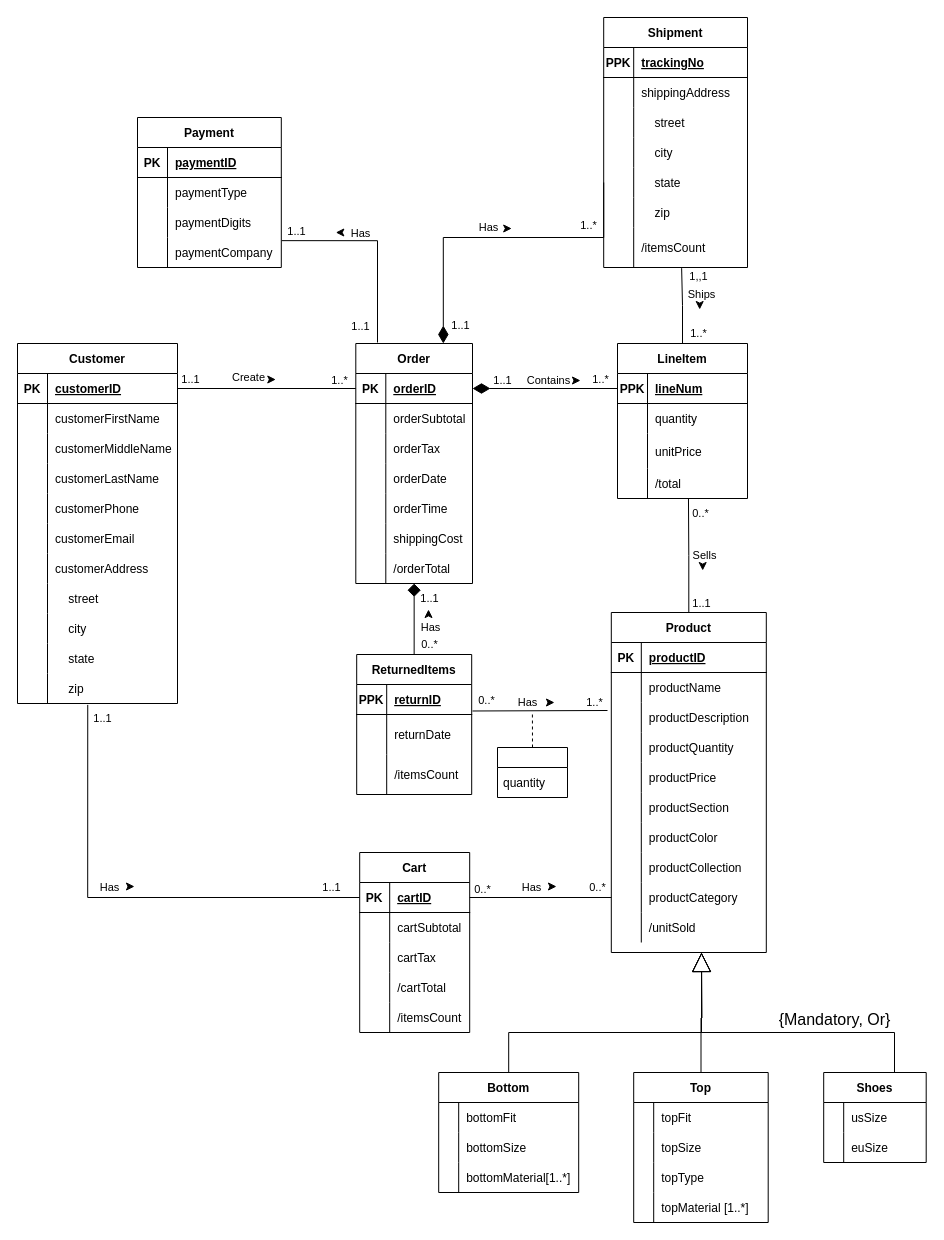
Earlier version of the draw.io diagram ERD/test.drawio (avivfaraj/INFO605-Project). Source tidied: cells renumbered, new cells numbered last; positions are measured from the earlier drawing's top-left corner, leaving out a move shared by most shapes. Both pictures are drawn from the tidied source at 100%, with x=0, y=0 at pixel (17, 17).
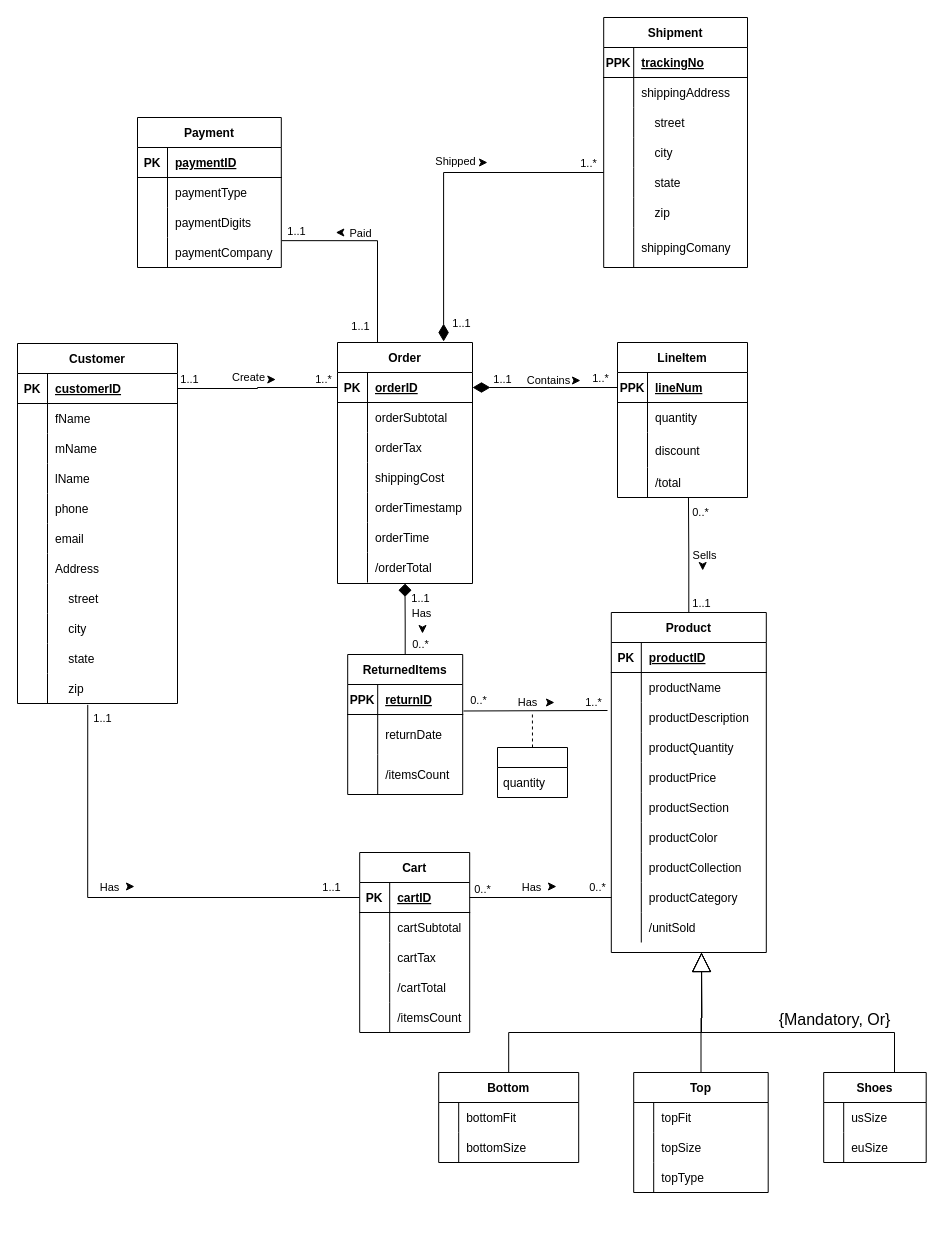
Above is the later version.

Commit message:
Updated ERD according to recent changes in SQL

Unchanged cells that the change refers to:
```xml
<mxCell id="73" style="shape=tableRow;horizontal=0;startSize=0;swimlaneHead=0;swimlaneBody=0;fillColor=none;top=0;left=0;right=0;bottom=0;" parent="69" vertex="1">
  <mxGeometry y="60" width="160" height="30" as="geometry" />
</mxCell>
<mxCell id="76" style="shape=tableRow;horizontal=0;startSize=0;swimlaneHead=0;swimlaneBody=0;fillColor=none;top=0;left=0;right=0;bottom=0;" parent="69" vertex="1">
  <mxGeometry y="90" width="160" height="30" as="geometry" />
</mxCell>
<mxCell id="79" style="shape=tableRow;horizontal=0;startSize=0;swimlaneHead=0;swimlaneBody=0;fillColor=none;top=0;left=0;right=0;bottom=0;" parent="69" vertex="1">
  <mxGeometry y="120" width="160" height="30" as="geometry" />
</mxCell>
<mxCell id="82" style="shape=tableRow;horizontal=0;startSize=0;swimlaneHead=0;swimlaneBody=0;fillColor=none;top=0;left=0;right=0;bottom=0;" parent="69" vertex="1">
  <mxGeometry y="150" width="160" height="30" as="geometry" />
</mxCell>
<mxCell id="85" style="shape=tableRow;horizontal=0;startSize=0;swimlaneHead=0;swimlaneBody=0;fillColor=none;top=0;left=0;right=0;bottom=0;" parent="69" vertex="1">
  <mxGeometry y="180" width="160" height="30" as="geometry" />
</mxCell>
<mxCell id="88" style="shape=tableRow;horizontal=0;startSize=0;swimlaneHead=0;swimlaneBody=0;fillColor=none;top=0;left=0;right=0;bottom=0;" parent="69" vertex="1">
  <mxGeometry y="210" width="160" height="30" as="geometry" />
</mxCell>
<mxCell id="170" style="shape=tableRow;horizontal=0;startSize=0;swimlaneHead=0;swimlaneBody=0;fillColor=none;top=0;left=0;right=0;bottom=0;" parent="163" vertex="1">
  <mxGeometry y="90" width="130" height="35" as="geometry" />
</mxCell>
<mxCell id="189" style="endArrow=classic;html=1;rounded=0;" parent="1" edge="1">
  <mxGeometry relative="1" as="geometry">
    <mxPoint x="324.3" y="215" as="sourcePoint" />
    <mxPoint x="318.3" y="215" as="targetPoint" />
    <Array as="points">
      <mxPoint x="324.3" y="215" />
    </Array>
  </mxGeometry>
</mxCell>
<mxCell id="214" style="shape=tableRow;horizontal=0;startSize=0;swimlaneHead=0;swimlaneBody=0;fillColor=none;points=[[0,0.5],[1,0.5]];portConstraint=eastwest;top=0;left=0;right=0;bottom=0;" parent="201" vertex="1">
  <mxGeometry y="150" width="143.8" height="30" as="geometry" />
</mxCell>
<mxCell id="220" style="shape=tableRow;horizontal=0;startSize=0;swimlaneHead=0;swimlaneBody=0;fillColor=none;points=[[0,0.5],[1,0.5]];portConstraint=eastwest;top=0;left=0;right=0;bottom=0;" parent="201" vertex="1">
  <mxGeometry y="210" width="143.8" height="40" as="geometry" />
</mxCell>
```

Diff of the diagram source:
```diff
@@
     <mxCell id="45" value="Top" style="shape=table;startSize=30;childLayout=tableLayout;rowLines=0;fontStyle=1;align=center;swimlaneLine=1;strokeColor=default;" parent="1" vertex="1">
-      <mxGeometry x="616.2" y="1055" width="134.5" height="150" as="geometry" />
+      <mxGeometry x="616.2" y="1055" width="134.5" height="120" as="geometry" />
     </mxCell>
@@
-    <mxCell id="55" style="shape=tableRow;horizontal=0;startSize=0;swimlaneHead=0;swimlaneBody=0;fillColor=none;top=0;left=0;right=0;bottom=0;" parent="45" vertex="1">
-      <mxGeometry y="120" width="134.5" height="30" as="geometry" />
-    </mxCell>
-    <mxCell id="56" style="shape=partialRectangle;fillColor=none;top=0;left=0;bottom=0;right=0;overflow=hidden;" parent="55" vertex="1">
-      <mxGeometry width="20" height="30" as="geometry" />
-    </mxCell>
-    <mxCell id="57" value="topMaterial [1..*]" style="shape=partialRectangle;fillColor=none;top=0;left=0;bottom=0;right=0;align=left;spacingLeft=6;overflow=hidden;" parent="55" vertex="1">
-      <mxGeometry x="20" width="114.5" height="30" as="geometry" />
-    </mxCell>
@@
     <mxCell id="59" value="Bottom" style="shape=table;startSize=30;childLayout=tableLayout;rowLines=0;fontStyle=1;align=center;swimlaneLine=1;strokeColor=default;" parent="1" vertex="1">
-      <mxGeometry x="421.2" y="1055" width="140" height="120" as="geometry" />
+      <mxGeometry x="421.2" y="1055" width="140" height="90" as="geometry" />
     </mxCell>
@@
-    <mxCell id="66" style="shape=tableRow;horizontal=0;startSize=0;swimlaneHead=0;swimlaneBody=0;fillColor=none;top=0;left=0;right=0;bottom=0;" parent="59" vertex="1">
-      <mxGeometry y="90" width="140" height="30" as="geometry" />
-    </mxCell>
-    <mxCell id="67" style="shape=partialRectangle;fillColor=none;top=0;left=0;bottom=0;right=0;overflow=hidden;" parent="66" vertex="1">
-      <mxGeometry width="20" height="30" as="geometry" />
-    </mxCell>
-    <mxCell id="68" value="bottomMaterial[1..*]" style="shape=partialRectangle;fillColor=none;top=0;left=0;bottom=0;right=0;align=left;spacingLeft=6;overflow=hidden;" parent="66" vertex="1">
-      <mxGeometry x="20" width="120" height="30" as="geometry" />
-    </mxCell>
@@
-    <mxCell id="75" value="customerFirstName" style="shape=partialRectangle;fillColor=none;top=0;left=0;bottom=0;right=0;align=left;spacingLeft=6;overflow=hidden;" parent="73" vertex="1">
+    <mxCell id="75" value="fName" style="shape=partialRectangle;fillColor=none;top=0;left=0;bottom=0;right=0;align=left;spacingLeft=6;overflow=hidden;" parent="73" vertex="1">
       <mxGeometry x="30" width="130" height="30" as="geometry" />
     </mxCell>
@@
-    <mxCell id="78" value="customerMiddleName" style="shape=partialRectangle;fillColor=none;top=0;left=0;bottom=0;right=0;align=left;spacingLeft=6;overflow=hidden;" parent="76" vertex="1">
+    <mxCell id="78" value="mName" style="shape=partialRectangle;fillColor=none;top=0;left=0;bottom=0;right=0;align=left;spacingLeft=6;overflow=hidden;" parent="76" vertex="1">
       <mxGeometry x="30" width="130" height="30" as="geometry" />
     </mxCell>
@@
-    <mxCell id="81" value="customerLastName" style="shape=partialRectangle;fillColor=none;top=0;left=0;bottom=0;right=0;align=left;spacingLeft=6;overflow=hidden;" parent="79" vertex="1">
+    <mxCell id="81" value="lName" style="shape=partialRectangle;fillColor=none;top=0;left=0;bottom=0;right=0;align=left;spacingLeft=6;overflow=hidden;" parent="79" vertex="1">
       <mxGeometry x="30" width="130" height="30" as="geometry" />
     </mxCell>
@@
-    <mxCell id="84" value="customerPhone" style="shape=partialRectangle;fillColor=none;top=0;left=0;bottom=0;right=0;align=left;spacingLeft=6;overflow=hidden;" parent="82" vertex="1">
+    <mxCell id="84" value="phone" style="shape=partialRectangle;fillColor=none;top=0;left=0;bottom=0;right=0;align=left;spacingLeft=6;overflow=hidden;" parent="82" vertex="1">
       <mxGeometry x="30" width="130" height="30" as="geometry" />
     </mxCell>
@@
-    <mxCell id="87" value="customerEmail" style="shape=partialRectangle;fillColor=none;top=0;left=0;bottom=0;right=0;align=left;spacingLeft=6;overflow=hidden;" parent="85" vertex="1">
+    <mxCell id="87" value="email" style="shape=partialRectangle;fillColor=none;top=0;left=0;bottom=0;right=0;align=left;spacingLeft=6;overflow=hidden;" parent="85" vertex="1">
       <mxGeometry x="30" width="130" height="30" as="geometry" />
     </mxCell>
@@
-    <mxCell id="90" value="customerAddress" style="shape=partialRectangle;fillColor=none;top=0;left=0;bottom=0;right=0;align=left;spacingLeft=6;overflow=hidden;" parent="88" vertex="1">
+    <mxCell id="90" value="Address" style="shape=partialRectangle;fillColor=none;top=0;left=0;bottom=0;right=0;align=left;spacingLeft=6;overflow=hidden;" parent="88" vertex="1">
       <mxGeometry x="30" width="130" height="30" as="geometry" />
     </mxCell>
@@
-    <mxCell id="103" style="edgeStyle=orthogonalEdgeStyle;rounded=0;jettySize=auto;html=1;exitX=0.75;exitY=0;exitDx=0;exitDy=0;entryX=0;entryY=0.5;entryDx=0;entryDy=0;endArrow=none;endFill=0;startArrow=diamondThin;startFill=1;startSize=15;" parent="1" edge="1" source="106" target="214">
+    <mxCell id="103" style="edgeStyle=orthogonalEdgeStyle;rounded=0;jettySize=auto;html=1;entryX=0;entryY=0.5;entryDx=0;entryDy=0;endArrow=none;endFill=0;startArrow=diamondThin;startFill=1;startSize=15;exitX=0.786;exitY=-0.004;exitDx=0;exitDy=0;exitPerimeter=0;" parent="1" edge="1" source="106">
       <mxGeometry relative="1" as="geometry">
+        <mxPoint x="586.2" y="155" as="targetPoint" />
         <Array as="points">
-          <mxPoint x="426" y="220" />
+          <mxPoint x="426" y="155" />
         </Array>
       </mxGeometry>
     </mxCell>
@@
     <mxCell id="105" value="1..*" style="edgeLabel;html=1;align=center;verticalAlign=middle;" parent="103" vertex="1">
       <mxGeometry x="0.91" y="1" relative="1" as="geometry">
-        <mxPoint x="-15" y="28" as="offset" />
+        <mxPoint x="-1" y="-9" as="offset" />
       </mxGeometry>
     </mxCell>
     <mxCell id="106" value="Order" style="shape=table;startSize=30;childLayout=tableLayout;rowLines=0;fontStyle=1;align=center;" parent="1" vertex="1">
-      <mxGeometry x="338.3" y="326" width="116.7" height="240" as="geometry" />
+      <mxGeometry x="320" y="325" width="135" height="241" as="geometry" />
     </mxCell>
     <mxCell id="107" style="shape=tableRow;horizontal=0;startSize=0;swimlaneHead=0;swimlaneBody=0;fillColor=none;points=[[0,0.5],[1,0.5]];portConstraint=eastwest;top=0;left=0;right=0;bottom=1;" parent="106" vertex="1">
-      <mxGeometry y="30" width="116.7" height="30" as="geometry" />
+      <mxGeometry y="30" width="135" height="30" as="geometry" />
     </mxCell>
@@
     <mxCell id="109" value="orderID" style="shape=partialRectangle;fillColor=none;top=0;left=0;bottom=0;right=0;align=left;spacingLeft=6;fontStyle=5;overflow=hidden;" parent="107" vertex="1">
-      <mxGeometry x="30" width="86.7" height="30" as="geometry" />
+      <mxGeometry x="30" width="105" height="30" as="geometry" />
     </mxCell>
     <mxCell id="110" style="shape=tableRow;horizontal=0;startSize=0;swimlaneHead=0;swimlaneBody=0;fillColor=none;top=0;left=0;right=0;bottom=0;" parent="106" vertex="1">
-      <mxGeometry y="60" width="116.7" height="30" as="geometry" />
+      <mxGeometry y="60" width="135" height="30" as="geometry" />
     </mxCell>
@@
     <mxCell id="112" value="orderSubtotal" style="shape=partialRectangle;fillColor=none;top=0;left=0;bottom=0;right=0;align=left;spacingLeft=6;overflow=hidden;" parent="110" vertex="1">
-      <mxGeometry x="30" width="86.7" height="30" as="geometry" />
+      <mxGeometry x="30" width="105" height="30" as="geometry" />
     </mxCell>
     <mxCell id="113" style="shape=tableRow;horizontal=0;startSize=0;swimlaneHead=0;swimlaneBody=0;fillColor=none;top=0;left=0;right=0;bottom=0;" parent="106" vertex="1">
-      <mxGeometry y="90" width="116.7" height="30" as="geometry" />
+      <mxGeometry y="90" width="135" height="30" as="geometry" />
     </mxCell>
@@
     <mxCell id="115" value="orderTax" style="shape=partialRectangle;fillColor=none;top=0;left=0;bottom=0;right=0;align=left;spacingLeft=6;overflow=hidden;" parent="113" vertex="1">
-      <mxGeometry x="30" width="86.7" height="30" as="geometry" />
+      <mxGeometry x="30" width="105" height="30" as="geometry" />
     </mxCell>
+    <mxCell id="122" style="shape=tableRow;horizontal=0;startSize=0;swimlaneHead=0;swimlaneBody=0;fillColor=none;top=0;left=0;right=0;bottom=0;" parent="106" vertex="1">
+      <mxGeometry y="120" width="135" height="30" as="geometry" />
+    </mxCell>
+    <mxCell id="123" style="shape=partialRectangle;fillColor=none;top=0;left=0;bottom=0;right=0;overflow=hidden;" parent="122" vertex="1">
+      <mxGeometry width="30" height="30" as="geometry" />
+    </mxCell>
+    <mxCell id="124" value="shippingCost" style="shape=partialRectangle;fillColor=none;top=0;left=0;bottom=0;right=0;align=left;spacingLeft=6;overflow=hidden;" parent="122" vertex="1">
+      <mxGeometry x="30" width="105" height="30" as="geometry" />
+    </mxCell>
     <mxCell id="116" style="shape=tableRow;horizontal=0;startSize=0;swimlaneHead=0;swimlaneBody=0;fillColor=none;top=0;left=0;right=0;bottom=0;" parent="106" vertex="1">
-      <mxGeometry y="120" width="116.7" height="30" as="geometry" />
+      <mxGeometry y="150" width="135" height="30" as="geometry" />
     </mxCell>
@@
-    <mxCell id="118" value="orderDate" style="shape=partialRectangle;fillColor=none;top=0;left=0;bottom=0;right=0;align=left;spacingLeft=6;overflow=hidden;" parent="116" vertex="1">
-      <mxGeometry x="30" width="86.7" height="30" as="geometry" />
+    <mxCell id="118" value="orderTimestamp" style="shape=partialRectangle;fillColor=none;top=0;left=0;bottom=0;right=0;align=left;spacingLeft=6;overflow=hidden;" parent="116" vertex="1">
+      <mxGeometry x="30" width="105" height="30" as="geometry" />
     </mxCell>
     <mxCell id="119" style="shape=tableRow;horizontal=0;startSize=0;swimlaneHead=0;swimlaneBody=0;fillColor=none;top=0;left=0;right=0;bottom=0;" parent="106" vertex="1">
-      <mxGeometry y="150" width="116.7" height="30" as="geometry" />
+      <mxGeometry y="180" width="135" height="30" as="geometry" />
     </mxCell>
@@
     <mxCell id="121" value="orderTime" style="shape=partialRectangle;fillColor=none;top=0;left=0;bottom=0;right=0;align=left;spacingLeft=6;overflow=hidden;" parent="119" vertex="1">
-      <mxGeometry x="30" width="86.7" height="30" as="geometry" />
+      <mxGeometry x="30" width="105" height="30" as="geometry" />
     </mxCell>
-    <mxCell id="122" style="shape=tableRow;horizontal=0;startSize=0;swimlaneHead=0;swimlaneBody=0;fillColor=none;top=0;left=0;right=0;bottom=0;" parent="106" vertex="1">
-      <mxGeometry y="180" width="116.7" height="30" as="geometry" />
-    </mxCell>
-    <mxCell id="123" style="shape=partialRectangle;fillColor=none;top=0;left=0;bottom=0;right=0;overflow=hidden;" parent="122" vertex="1">
-      <mxGeometry width="30" height="30" as="geometry" />
-    </mxCell>
-    <mxCell id="124" value="shippingCost" style="shape=partialRectangle;fillColor=none;top=0;left=0;bottom=0;right=0;align=left;spacingLeft=6;overflow=hidden;" parent="122" vertex="1">
-      <mxGeometry x="30" width="86.7" height="30" as="geometry" />
-    </mxCell>
     <mxCell id="125" style="shape=tableRow;horizontal=0;startSize=0;swimlaneHead=0;swimlaneBody=0;fillColor=none;top=0;left=0;right=0;bottom=0;" parent="106" vertex="1">
-      <mxGeometry y="210" width="116.7" height="30" as="geometry" />
+      <mxGeometry y="210" width="135" height="30" as="geometry" />
     </mxCell>
@@
     <mxCell id="127" value="/orderTotal" style="shape=partialRectangle;fillColor=none;top=0;left=0;bottom=0;right=0;align=left;spacingLeft=6;overflow=hidden;" parent="125" vertex="1">
-      <mxGeometry x="30" width="86.7" height="30" as="geometry" />
+      <mxGeometry x="30" width="105" height="30" as="geometry" />
     </mxCell>
@@
-    <mxCell id="160" style="edgeStyle=orthogonalEdgeStyle;rounded=0;jettySize=auto;html=1;exitX=0.5;exitY=0;exitDx=0;exitDy=0;entryX=0.542;entryY=1.016;entryDx=0;entryDy=0;entryPerimeter=0;startArrow=none;startFill=0;endArrow=none;endFill=0;startSize=15;strokeWidth=1;" parent="1" edge="1" source="163" target="220">
-      <mxGeometry relative="1" as="geometry" />
-    </mxCell>
-    <mxCell id="161" value="1,,1" style="edgeLabel;html=1;align=center;verticalAlign=middle;" parent="160" vertex="1">
-      <mxGeometry x="0.79" y="-4" relative="1" as="geometry">
-        <mxPoint x="12" as="offset" />
-      </mxGeometry>
-    </mxCell>
-    <mxCell id="162" value="1..*" style="edgeLabel;html=1;align=center;verticalAlign=middle;" parent="160" vertex="1">
-      <mxGeometry x="-0.7" y="1" relative="1" as="geometry">
-        <mxPoint x="16" as="offset" />
-      </mxGeometry>
-    </mxCell>
     <mxCell id="163" value="LineItem" style="shape=table;startSize=30;childLayout=tableLayout;rowLines=0;fontStyle=1;align=center;" parent="1" vertex="1">
-      <mxGeometry x="600" y="326" width="130" height="155" as="geometry" />
+      <mxGeometry x="600" y="325" width="130" height="155" as="geometry" />
     </mxCell>
@@
-    <mxCell id="172" value="unitPrice" style="shape=partialRectangle;fillColor=none;top=0;left=0;bottom=0;right=0;align=left;spacingLeft=6;overflow=hidden;" parent="170" vertex="1">
+    <mxCell id="172" value="discount" style="shape=partialRectangle;fillColor=none;top=0;left=0;bottom=0;right=0;align=left;spacingLeft=6;overflow=hidden;" parent="170" vertex="1">
       <mxGeometry x="30" width="100" height="35" as="geometry" />
     </mxCell>
@@
-    <mxCell id="190" value="Has" style="edgeLabel;html=1;align=center;verticalAlign=middle;" parent="189" vertex="1">
+    <mxCell id="190" value="Paid" style="edgeLabel;html=1;align=center;verticalAlign=middle;" parent="189" vertex="1">
       <mxGeometry x="-0.56" y="1" relative="1" as="geometry">
         <mxPoint x="19" y="-1" as="offset" />
       </mxGeometry>
     </mxCell>
@@
-    <mxCell id="222" value="/itemsCount" style="shape=partialRectangle;fillColor=none;top=0;left=0;bottom=0;right=0;align=left;spacingLeft=6;overflow=hidden;" parent="220" vertex="1">
+    <mxCell id="222" value="shippingComany" style="shape=partialRectangle;fillColor=none;top=0;left=0;bottom=0;right=0;align=left;spacingLeft=6;overflow=hidden;" parent="220" vertex="1">
       <mxGeometry x="30" width="113.8" height="40" as="geometry" />
     </mxCell>
     <mxCell id="223" style="endArrow=classic;html=1;rounded=0;" parent="1" edge="1">
       <mxGeometry relative="1" as="geometry">
-        <mxPoint x="488.2" y="211" as="sourcePoint" />
-        <mxPoint x="494.2" y="211" as="targetPoint" />
+        <mxPoint x="464" y="145" as="sourcePoint" />
+        <mxPoint x="470" y="145" as="targetPoint" />
         <Array as="points">
-          <mxPoint x="494.2" y="211" />
+          <mxPoint x="470" y="145" />
         </Array>
       </mxGeometry>
     </mxCell>
-    <mxCell id="224" value="Has" style="edgeLabel;html=1;align=center;verticalAlign=middle;" parent="223" vertex="1">
+    <mxCell id="224" value="Shipped" style="edgeLabel;html=1;align=center;verticalAlign=middle;" parent="223" vertex="1">
       <mxGeometry x="-0.56" y="1" relative="1" as="geometry">
-        <mxPoint x="-19" y="-1" as="offset" />
+        <mxPoint x="-28" y="-1" as="offset" />
       </mxGeometry>
     </mxCell>
@@
     <mxCell id="228" value="ReturnedItems" style="shape=table;startSize=30;childLayout=tableLayout;rowLines=0;fontStyle=1;align=center;" parent="1" vertex="1">
-      <mxGeometry x="339.2" y="637" width="115" height="140" as="geometry" />
+      <mxGeometry x="330.2" y="637" width="115" height="140" as="geometry" />
     </mxCell>
@@
-    <mxCell id="243" style="endArrow=classic;html=1;rounded=0;" parent="1" edge="1">
-      <mxGeometry relative="1" as="geometry">
-        <mxPoint x="411" y="598" as="sourcePoint" />
-        <mxPoint x="411" y="592" as="targetPoint" />
-      </mxGeometry>
-    </mxCell>
-    <mxCell id="244" value="Has" style="edgeLabel;html=1;align=center;verticalAlign=middle;" parent="243" vertex="1">
-      <mxGeometry x="-0.56" y="1" relative="1" as="geometry">
-        <mxPoint x="2" y="12" as="offset" />
-      </mxGeometry>
-    </mxCell>
@@
-    <mxCell id="248" style="endArrow=classic;html=1;rounded=0;" parent="1" edge="1">
-      <mxGeometry relative="1" as="geometry">
-        <mxPoint x="682.2" y="286" as="sourcePoint" />
-        <mxPoint x="682.2" y="292" as="targetPoint" />
-      </mxGeometry>
-    </mxCell>
-    <mxCell id="249" value="Ships" style="edgeLabel;html=1;align=center;verticalAlign=middle;" parent="248" vertex="1">
-      <mxGeometry x="-0.56" y="1" relative="1" as="geometry">
-        <mxPoint y="-11" as="offset" />
-      </mxGeometry>
-    </mxCell>
+    <mxCell id="243" style="endArrow=classic;html=1;rounded=0;" parent="1" edge="1">
+      <mxGeometry relative="1" as="geometry">
+        <mxPoint x="405" y="610" as="sourcePoint" />
+        <mxPoint x="405" y="616" as="targetPoint" />
+      </mxGeometry>
+    </mxCell>
+    <mxCell id="244" value="Has" style="edgeLabel;html=1;align=center;verticalAlign=middle;" parent="243" vertex="1">
+      <mxGeometry x="-0.56" y="1" relative="1" as="geometry">
+        <mxPoint x="-3" y="-16" as="offset" />
+      </mxGeometry>
+    </mxCell>
```
